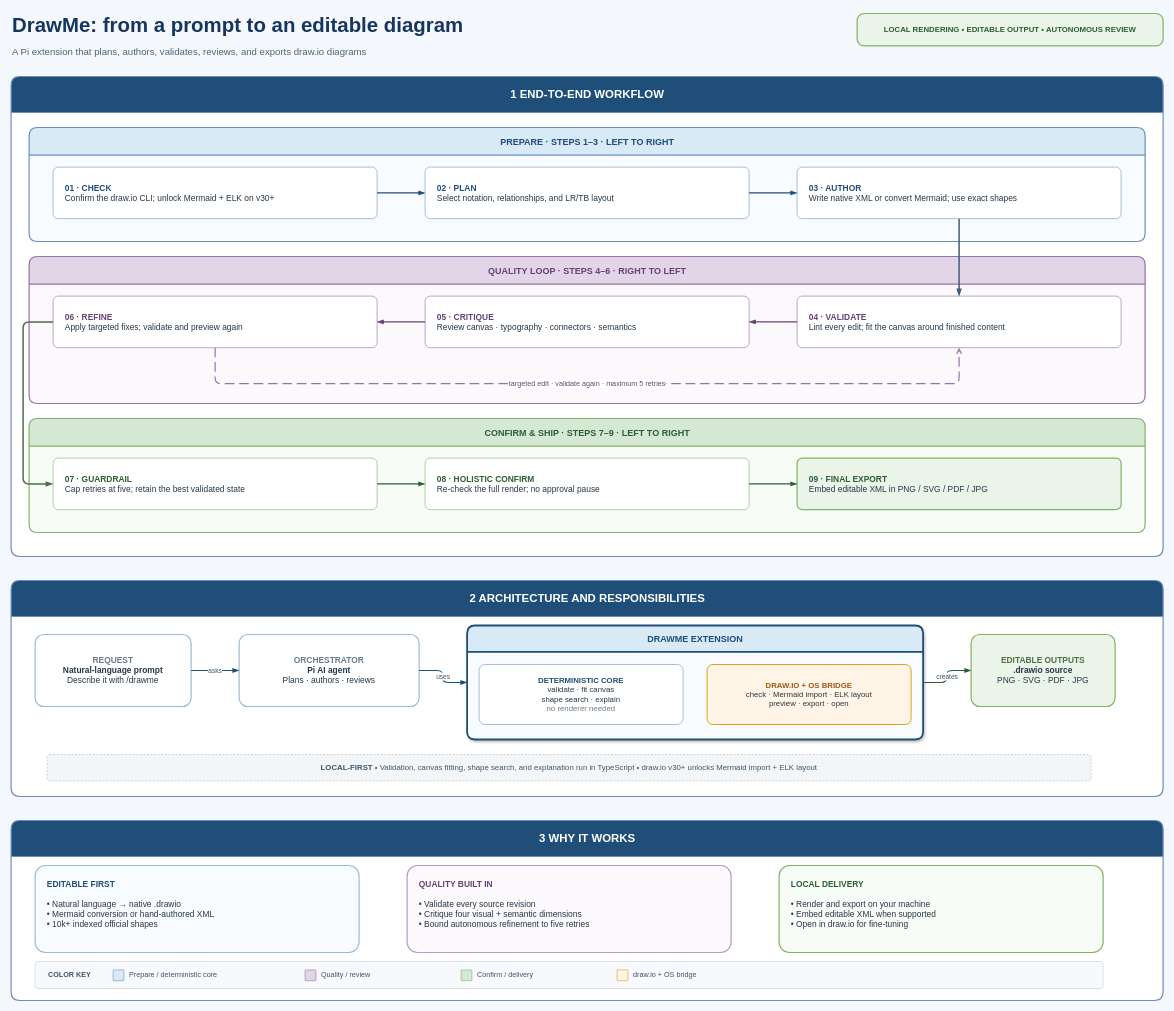
senad-d/DrawMe keeps this draw.io diagram as example/drawme-how-it-works.drawio. Above is the earlier version. Source tidied: cells renumbered, new cells numbered last; positions are measured from the earlier drawing's top-left corner, leaving out a move shared by most shapes. Both pictures are drawn from the tidied source at 60%, with x=0, y=0 at pixel (11, 10).
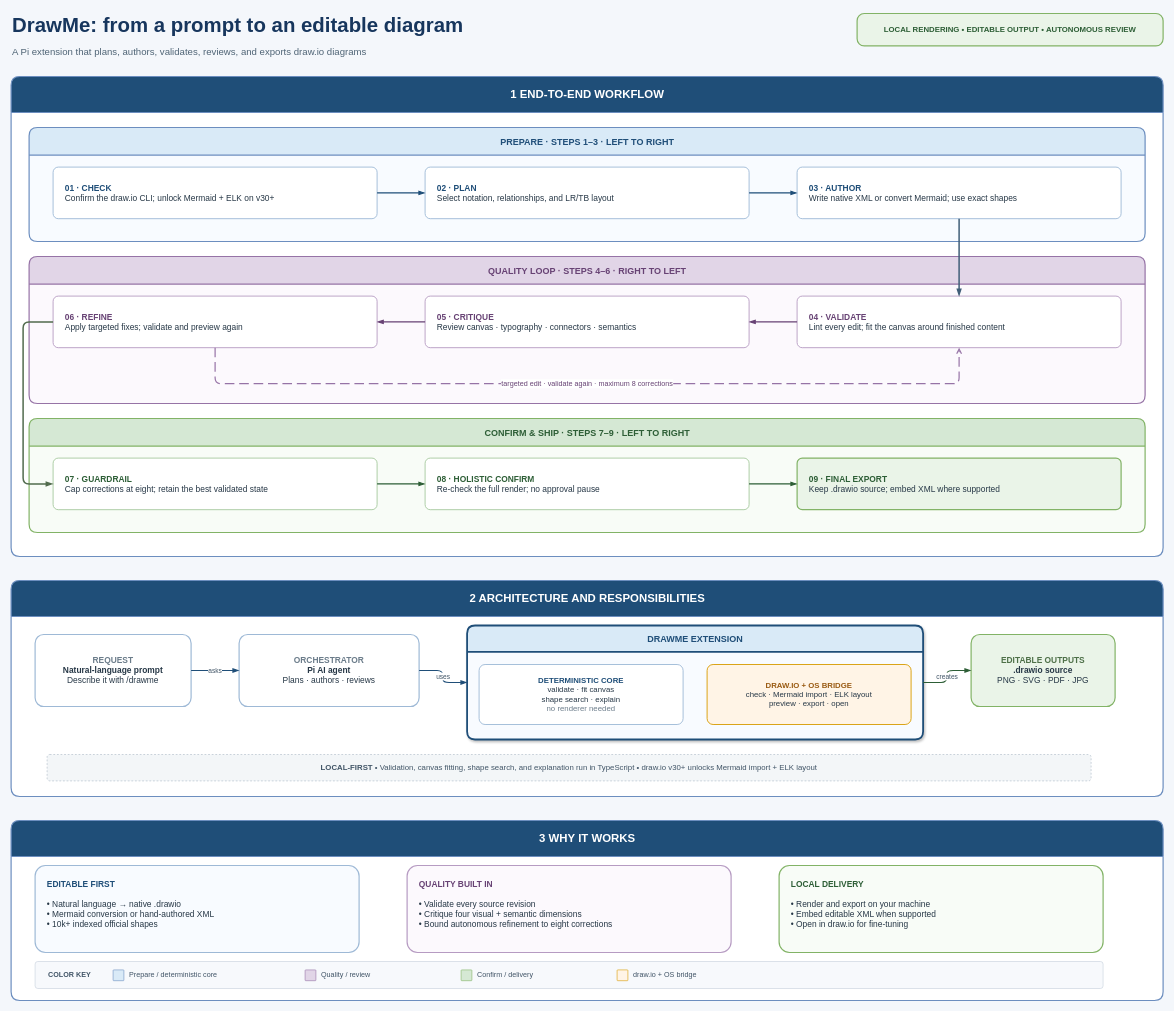
After the change.

Unchanged cells that the change refers to:
```xml
<mxCell id="12" value="QUALITY LOOP  ·  STEPS 4–6  ·  RIGHT TO LEFT" style="swimlane;horizontal=1;startSize=46;rounded=1;arcSize=10;html=1;fontSize=15;fontStyle=1;fontColor=#674274;fillColor=#E1D5E7;swimlaneFillColor=#FCF9FD;strokeColor=#9673A6;strokeWidth=2;" parent="5" vertex="1">
  <mxGeometry x="30" y="300" width="1860" height="245" as="geometry" />
</mxCell>
<mxCell id="13" value="&lt;b&gt;&lt;font color=&quot;#674274&quot;&gt;04 · VALIDATE&lt;/font&gt;&lt;/b&gt;&lt;br&gt;Lint every edit; fit the canvas around finished content" style="rounded=1;arcSize=10;whiteSpace=wrap;html=1;align=left;verticalAlign=middle;spacingLeft=18;spacingRight=16;spacingTop=10;spacingBottom=10;fontSize=14;fontColor=#263746;fillColor=#FFFFFF;strokeColor=#B69BC2;strokeWidth=1.5;" parent="12" vertex="1">
  <mxGeometry x="1280" y="66" width="540" height="86" as="geometry" />
</mxCell>
<mxCell id="15" value="&lt;b&gt;&lt;font color=&quot;#674274&quot;&gt;06 · REFINE&lt;/font&gt;&lt;/b&gt;&lt;br&gt;Apply targeted fixes; validate and preview again" style="rounded=1;arcSize=10;whiteSpace=wrap;html=1;align=left;verticalAlign=middle;spacingLeft=18;spacingRight=16;spacingTop=10;spacingBottom=10;fontSize=14;fontColor=#263746;fillColor=#FFFFFF;strokeColor=#B69BC2;strokeWidth=1.5;" parent="12" vertex="1">
  <mxGeometry x="40" y="66" width="540" height="86" as="geometry" />
</mxCell>
<mxCell id="19" value="CONFIRM &amp;amp; SHIP  ·  STEPS 7–9  ·  LEFT TO RIGHT" style="swimlane;horizontal=1;startSize=46;rounded=1;arcSize=10;html=1;fontSize=15;fontStyle=1;fontColor=#2D5E36;fillColor=#D5E8D4;swimlaneFillColor=#F8FCF7;strokeColor=#82B366;strokeWidth=2;" parent="5" vertex="1">
  <mxGeometry x="30" y="570" width="1860" height="190" as="geometry" />
</mxCell>
<mxCell id="38" value="3  WHY IT WORKS" style="swimlane;horizontal=1;startSize=60;rounded=1;arcSize=8;html=1;fontSize=19;fontStyle=1;fontColor=#FFFFFF;fillColor=#1F4E78;swimlaneFillColor=#FFFFFF;strokeColor=#6C8EBF;strokeWidth=2;" parent="1" vertex="1">
  <mxGeometry y="1350" width="1920" height="300" as="geometry" />
</mxCell>
```

What changed in the source:
```diff
@@
-    <mxCell id="18" value="targeted edit  ·  validate again  ·  maximum 5 retries" style="edgeStyle=orthogonalEdgeStyle;rounded=1;jettySize=60;html=1;endArrow=open;endFill=0;dashed=1;dashPattern=8 4;strokeColor=#9673A6;strokeWidth=2;fontSize=12;fontColor=#674274;labelBackgroundColor=#FFFFFF;exitX=0.5;exitY=1;entryX=0.5;entryY=1;" parent="12" edge="1" source="15" target="13">
+    <mxCell id="18" value="targeted edit  ·  validate again  ·  maximum 8 corrections" style="edgeStyle=orthogonalEdgeStyle;rounded=1;jettySize=60;html=1;endArrow=open;endFill=0;dashed=1;dashPattern=8 4;strokeColor=#9673A6;strokeWidth=2;fontSize=12;fontColor=#674274;labelBackgroundColor=#FFFFFF;exitX=0.5;exitY=1;entryX=0.5;entryY=1;" parent="12" edge="1" source="15" target="13">
       <mxGeometry relative="1" as="geometry">
         <Array as="points">
           <mxPoint x="310" y="212" />
           <mxPoint x="1550" y="212" />
         </Array>
       </mxGeometry>
     </mxCell>
@@
-    <mxCell id="20" value="&lt;b&gt;&lt;font color=&quot;#2D5E36&quot;&gt;07 · GUARDRAIL&lt;/font&gt;&lt;/b&gt;&lt;br&gt;Cap retries at five; retain the best validated state" style="rounded=1;arcSize=10;whiteSpace=wrap;html=1;align=left;verticalAlign=middle;spacingLeft=18;spacingRight=16;spacingTop=10;spacingBottom=10;fontSize=14;fontColor=#263746;fillColor=#FFFFFF;strokeColor=#A5C99D;strokeWidth=1.5;" parent="19" vertex="1">
+    <mxCell id="20" value="&lt;b&gt;&lt;font color=&quot;#2D5E36&quot;&gt;07 · GUARDRAIL&lt;/font&gt;&lt;/b&gt;&lt;br&gt;Cap corrections at eight; retain the best validated state" style="rounded=1;arcSize=10;whiteSpace=wrap;html=1;align=left;verticalAlign=middle;spacingLeft=18;spacingRight=16;spacingTop=10;spacingBottom=10;fontSize=14;fontColor=#263746;fillColor=#FFFFFF;strokeColor=#A5C99D;strokeWidth=1.5;" parent="19" vertex="1">
       <mxGeometry x="40" y="66" width="540" height="86" as="geometry" />
     </mxCell>
@@
-    <mxCell id="22" value="&lt;b&gt;&lt;font color=&quot;#2D5E36&quot;&gt;09 · FINAL EXPORT&lt;/font&gt;&lt;/b&gt;&lt;br&gt;Embed editable XML in PNG / SVG / PDF / JPG" style="rounded=1;arcSize=10;whiteSpace=wrap;html=1;align=left;verticalAlign=middle;spacingLeft=18;spacingRight=16;spacingTop=10;spacingBottom=10;fontSize=14;fontColor=#263746;fillColor=#EAF4E8;strokeColor=#82B366;strokeWidth=2;" parent="19" vertex="1">
+    <mxCell id="22" value="&lt;b&gt;&lt;font color=&quot;#2D5E36&quot;&gt;09 · FINAL EXPORT&lt;/font&gt;&lt;/b&gt;&lt;br&gt;Keep .drawio source; embed XML where supported" style="rounded=1;arcSize=10;whiteSpace=wrap;html=1;align=left;verticalAlign=middle;spacingLeft=18;spacingRight=16;spacingTop=10;spacingBottom=10;fontSize=14;fontColor=#263746;fillColor=#EAF4E8;strokeColor=#82B366;strokeWidth=2;" parent="19" vertex="1">
       <mxGeometry x="1280" y="66" width="540" height="86" as="geometry" />
     </mxCell>
@@
-    <mxCell id="40" value="&lt;b&gt;&lt;font color=&quot;#674274&quot;&gt;QUALITY BUILT IN&lt;/font&gt;&lt;/b&gt;&lt;br&gt;&lt;br&gt;• Validate every source revision&lt;br&gt;• Critique four visual + semantic dimensions&lt;br&gt;• Bound autonomous refinement to five retries" style="rounded=1;arcSize=12;whiteSpace=wrap;html=1;align=left;verticalAlign=top;spacingTop=16;spacingLeft=18;spacingRight=16;fontSize=14;fontColor=#263746;fillColor=#FCF9FD;strokeColor=#B69BC2;strokeWidth=2;" parent="38" vertex="1">
+    <mxCell id="40" value="&lt;b&gt;&lt;font color=&quot;#674274&quot;&gt;QUALITY BUILT IN&lt;/font&gt;&lt;/b&gt;&lt;br&gt;&lt;br&gt;• Validate every source revision&lt;br&gt;• Critique four visual + semantic dimensions&lt;br&gt;• Bound autonomous refinement to eight corrections" style="rounded=1;arcSize=12;whiteSpace=wrap;html=1;align=left;verticalAlign=top;spacingTop=16;spacingLeft=18;spacingRight=16;fontSize=14;fontColor=#263746;fillColor=#FCF9FD;strokeColor=#B69BC2;strokeWidth=2;" parent="38" vertex="1">
       <mxGeometry x="660" y="75" width="540" height="145" as="geometry" />
     </mxCell>
```
